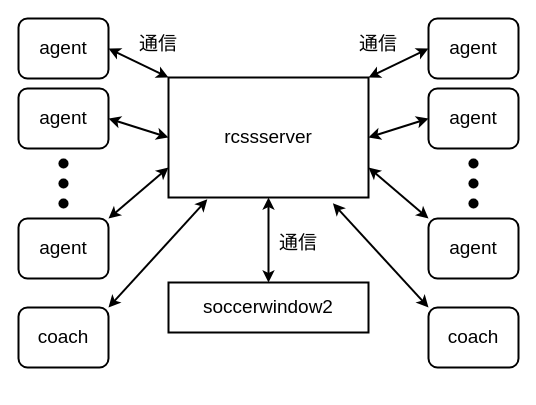
Before: 2/environment.drawio in SuperTikuwa/thesis-images, a draw.io diagram. Source tidied: cells renumbered, new cells numbered last; positions are measured from the earlier drawing's top-left corner, leaving out a move shared by most shapes. Both pictures are drawn from the tidied source at 100%, with x=0, y=0 at pixel (18, 18).
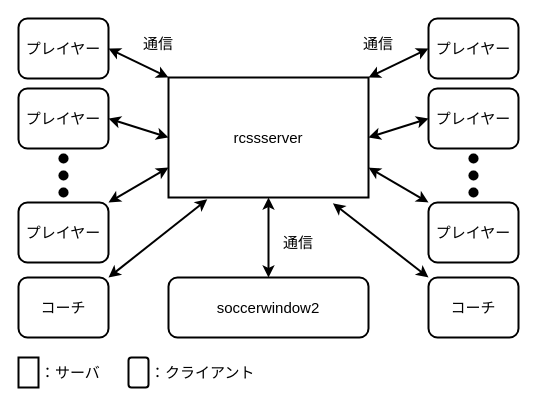
The same diagram, later.

Commit message:
environment.drawio を更新します

Diff of the diagram source:
```diff
@@
-    <mxCell id="2" value="rcssserver" style="rounded=0;whiteSpace=wrap;html=1;fontSize=19;strokeWidth=2;" parent="1" vertex="1">
+    <mxCell id="2" value="rcssserver" style="rounded=0;whiteSpace=wrap;html=1;fontSize=15;strokeWidth=2;" parent="1" vertex="1">
       <mxGeometry x="150" y="59" width="200" height="120" as="geometry" />
     </mxCell>
-    <mxCell id="3" value="agent" style="rounded=1;whiteSpace=wrap;html=1;fontSize=19;strokeWidth=2;" parent="1" vertex="1">
+    <mxCell id="3" value="&lt;font style=&quot;font-size: 15px;&quot;&gt;プレイヤー&lt;/font&gt;" style="rounded=1;whiteSpace=wrap;html=1;fontSize=15;strokeWidth=2;" parent="1" vertex="1">
       <mxGeometry width="90" height="60" as="geometry" />
     </mxCell>
-    <mxCell id="4" value="agent" style="rounded=1;whiteSpace=wrap;html=1;fontSize=19;strokeWidth=2;" parent="1" vertex="1">
+    <mxCell id="4" value="プレイヤー" style="rounded=1;whiteSpace=wrap;html=1;fontSize=15;strokeWidth=2;" parent="1" vertex="1">
       <mxGeometry y="70" width="90" height="60" as="geometry" />
     </mxCell>
-    <mxCell id="5" value="agent" style="rounded=1;whiteSpace=wrap;html=1;fontSize=19;strokeWidth=2;" parent="1" vertex="1">
+    <mxCell id="5" value="プレイヤー" style="rounded=1;whiteSpace=wrap;html=1;fontSize=15;strokeWidth=2;" parent="1" vertex="1">
       <mxGeometry x="410" width="90" height="60" as="geometry" />
     </mxCell>
-    <mxCell id="6" value="agent" style="rounded=1;whiteSpace=wrap;html=1;fontSize=19;strokeWidth=2;" parent="1" vertex="1">
-      <mxGeometry y="200" width="90" height="60" as="geometry" />
+    <mxCell id="6" value="プレイヤー" style="rounded=1;whiteSpace=wrap;html=1;fontSize=15;strokeWidth=2;" parent="1" vertex="1">
+      <mxGeometry y="184" width="90" height="60" as="geometry" />
     </mxCell>
-    <mxCell id="7" style="ellipse;whiteSpace=wrap;html=1;fontSize=22;strokeWidth=0;fillColor=#000000;" parent="1" vertex="1">
-      <mxGeometry x="40" y="140" width="10" height="10" as="geometry" />
+    <mxCell id="7" style="ellipse;whiteSpace=wrap;html=1;fontSize=15;strokeWidth=0;fillColor=#000000;" parent="1" vertex="1">
+      <mxGeometry x="40" y="135" width="10" height="10" as="geometry" />
     </mxCell>
-    <mxCell id="8" style="ellipse;whiteSpace=wrap;html=1;fontSize=22;strokeWidth=0;fillColor=#000000;" parent="1" vertex="1">
-      <mxGeometry x="40" y="160" width="10" height="10" as="geometry" />
+    <mxCell id="8" style="ellipse;whiteSpace=wrap;html=1;fontSize=15;strokeWidth=0;fillColor=#000000;" parent="1" vertex="1">
+      <mxGeometry x="40" y="152" width="10" height="10" as="geometry" />
     </mxCell>
-    <mxCell id="9" style="ellipse;whiteSpace=wrap;html=1;fontSize=22;strokeWidth=0;fillColor=#000000;" parent="1" vertex="1">
-      <mxGeometry x="40" y="180" width="10" height="10" as="geometry" />
+    <mxCell id="9" style="ellipse;whiteSpace=wrap;html=1;fontSize=15;strokeWidth=0;fillColor=#000000;" parent="1" vertex="1">
+      <mxGeometry x="40" y="169" width="10" height="10" as="geometry" />
     </mxCell>
-    <mxCell id="10" style="ellipse;whiteSpace=wrap;html=1;fontSize=22;strokeWidth=0;fillColor=#000000;" parent="1" vertex="1">
-      <mxGeometry x="450" y="140" width="10" height="10" as="geometry" />
+    <mxCell id="10" style="ellipse;whiteSpace=wrap;html=1;fontSize=15;strokeWidth=0;fillColor=#000000;" parent="1" vertex="1">
+      <mxGeometry x="450" y="135" width="10" height="10" as="geometry" />
     </mxCell>
-    <mxCell id="11" style="ellipse;whiteSpace=wrap;html=1;fontSize=22;strokeWidth=0;fillColor=#000000;" parent="1" vertex="1">
-      <mxGeometry x="450" y="160" width="10" height="10" as="geometry" />
+    <mxCell id="11" style="ellipse;whiteSpace=wrap;html=1;fontSize=15;strokeWidth=0;fillColor=#000000;" parent="1" vertex="1">
+      <mxGeometry x="450" y="152" width="10" height="10" as="geometry" />
     </mxCell>
-    <mxCell id="12" style="ellipse;whiteSpace=wrap;html=1;fontSize=22;strokeWidth=0;fillColor=#000000;" parent="1" vertex="1">
-      <mxGeometry x="450" y="180" width="10" height="10" as="geometry" />
+    <mxCell id="12" style="ellipse;whiteSpace=wrap;html=1;fontSize=15;strokeWidth=0;fillColor=#000000;" parent="1" vertex="1">
+      <mxGeometry x="450" y="169" width="10" height="10" as="geometry" />
     </mxCell>
-    <mxCell id="13" value="agent" style="rounded=1;whiteSpace=wrap;html=1;fontSize=19;strokeWidth=2;" parent="1" vertex="1">
+    <mxCell id="13" value="プレイヤー" style="rounded=1;whiteSpace=wrap;html=1;fontSize=15;strokeWidth=2;" parent="1" vertex="1">
       <mxGeometry x="410" y="70" width="90" height="60" as="geometry" />
     </mxCell>
-    <mxCell id="14" value="agent" style="rounded=1;whiteSpace=wrap;html=1;fontSize=19;strokeWidth=2;" parent="1" vertex="1">
-      <mxGeometry x="410" y="200" width="90" height="60" as="geometry" />
+    <mxCell id="14" value="プレイヤー" style="rounded=1;whiteSpace=wrap;html=1;fontSize=15;strokeWidth=2;" parent="1" vertex="1">
+      <mxGeometry x="410" y="184" width="90" height="60" as="geometry" />
     </mxCell>
-    <mxCell id="15" style="endArrow=classic;startArrow=classic;html=1;rounded=0;fontSize=22;strokeWidth=2;entryX=0;entryY=0;entryDx=0;entryDy=0;exitX=1;exitY=0.5;exitDx=0;exitDy=0;" parent="1" edge="1" source="3" target="2">
+    <mxCell id="15" style="endArrow=classic;startArrow=classic;html=1;rounded=0;fontSize=15;strokeWidth=2;entryX=0;entryY=0;entryDx=0;entryDy=0;exitX=1;exitY=0.5;exitDx=0;exitDy=0;" parent="1" edge="1" source="3" target="2">
       <mxGeometry relative="1" as="geometry" />
     </mxCell>
-    <mxCell id="16" style="endArrow=classic;startArrow=classic;html=1;rounded=0;fontSize=22;strokeWidth=2;exitX=1;exitY=0.5;exitDx=0;exitDy=0;entryX=0;entryY=0.5;entryDx=0;entryDy=0;" parent="1" edge="1" source="4" target="2">
+    <mxCell id="16" style="endArrow=classic;startArrow=classic;html=1;rounded=0;fontSize=15;strokeWidth=2;exitX=1;exitY=0.5;exitDx=0;exitDy=0;entryX=0;entryY=0.5;entryDx=0;entryDy=0;" parent="1" edge="1" source="4" target="2">
       <mxGeometry relative="1" as="geometry" />
     </mxCell>
-    <mxCell id="17" style="endArrow=classic;startArrow=classic;html=1;rounded=0;fontSize=22;strokeWidth=2;exitX=1;exitY=0;exitDx=0;exitDy=0;entryX=0;entryY=0.75;entryDx=0;entryDy=0;" parent="1" edge="1" source="6" target="2">
+    <mxCell id="17" style="endArrow=classic;startArrow=classic;html=1;rounded=0;fontSize=15;strokeWidth=2;exitX=1;exitY=0;exitDx=0;exitDy=0;entryX=0;entryY=0.75;entryDx=0;entryDy=0;" parent="1" edge="1" source="6" target="2">
       <mxGeometry relative="1" as="geometry" />
     </mxCell>
-    <mxCell id="18" style="endArrow=classic;startArrow=classic;html=1;rounded=0;fontSize=22;strokeWidth=2;exitX=1;exitY=0;exitDx=0;exitDy=0;entryX=0;entryY=0.5;entryDx=0;entryDy=0;" parent="1" edge="1" source="2" target="5">
+    <mxCell id="18" style="endArrow=classic;startArrow=classic;html=1;rounded=0;fontSize=15;strokeWidth=2;exitX=1;exitY=0;exitDx=0;exitDy=0;entryX=0;entryY=0.5;entryDx=0;entryDy=0;" parent="1" edge="1" source="2" target="5">
       <mxGeometry relative="1" as="geometry" />
     </mxCell>
-    <mxCell id="19" style="endArrow=classic;startArrow=classic;html=1;rounded=0;fontSize=22;strokeWidth=2;exitX=0;exitY=0.5;exitDx=0;exitDy=0;entryX=1;entryY=0.5;entryDx=0;entryDy=0;" parent="1" edge="1" source="13" target="2">
+    <mxCell id="19" style="endArrow=classic;startArrow=classic;html=1;rounded=0;fontSize=15;strokeWidth=2;exitX=0;exitY=0.5;exitDx=0;exitDy=0;entryX=1;entryY=0.5;entryDx=0;entryDy=0;" parent="1" edge="1" source="13" target="2">
       <mxGeometry relative="1" as="geometry" />
     </mxCell>
-    <mxCell id="20" style="endArrow=classic;startArrow=classic;html=1;rounded=0;fontSize=22;strokeWidth=2;entryX=1;entryY=0.75;entryDx=0;entryDy=0;exitX=0;exitY=0;exitDx=0;exitDy=0;" parent="1" edge="1" source="14" target="2">
+    <mxCell id="20" style="endArrow=classic;startArrow=classic;html=1;rounded=0;fontSize=15;strokeWidth=2;entryX=1;entryY=0.75;entryDx=0;entryDy=0;exitX=0;exitY=0;exitDx=0;exitDy=0;" parent="1" edge="1" source="14" target="2">
       <mxGeometry relative="1" as="geometry" />
     </mxCell>
-    <mxCell id="21" value="soccerwindow2" style="rounded=0;whiteSpace=wrap;html=1;fontSize=19;strokeWidth=2;" parent="1" vertex="1">
-      <mxGeometry x="150" y="264" width="200" height="50" as="geometry" />
-    </mxCell>
-    <mxCell id="22" style="endArrow=classic;startArrow=classic;html=1;rounded=0;fontSize=22;strokeWidth=2;entryX=0.5;entryY=1;entryDx=0;entryDy=0;" parent="1" edge="1" source="21" target="2">
+    <mxCell id="22" style="endArrow=classic;startArrow=classic;html=1;rounded=0;fontSize=15;strokeWidth=2;entryX=0.5;entryY=1;entryDx=0;entryDy=0;exitX=0.5;exitY=0;exitDx=0;exitDy=0;" parent="1" edge="1" source="21" target="2">
       <mxGeometry relative="1" as="geometry" />
     </mxCell>
-    <mxCell id="23" value="&lt;font style=&quot;font-size: 19px;&quot;&gt;通信&lt;/font&gt;" style="text;html=1;strokeColor=none;fillColor=none;align=center;verticalAlign=middle;whiteSpace=wrap;rounded=0;fontSize=22;" parent="1" vertex="1">
+    <mxCell id="23" value="&lt;font style=&quot;font-size: 15px;&quot;&gt;通信&lt;/font&gt;" style="text;html=1;strokeColor=none;fillColor=none;align=center;verticalAlign=middle;whiteSpace=wrap;rounded=0;fontSize=15;" parent="1" vertex="1">
       <mxGeometry x="110" y="10" width="60" height="30" as="geometry" />
     </mxCell>
-    <mxCell id="24" value="&lt;font style=&quot;font-size: 19px;&quot;&gt;通信&lt;/font&gt;" style="text;html=1;strokeColor=none;fillColor=none;align=center;verticalAlign=middle;whiteSpace=wrap;rounded=0;fontSize=22;" parent="1" vertex="1">
+    <mxCell id="24" value="&lt;font style=&quot;font-size: 15px;&quot;&gt;通信&lt;/font&gt;" style="text;html=1;strokeColor=none;fillColor=none;align=center;verticalAlign=middle;whiteSpace=wrap;rounded=0;fontSize=15;" parent="1" vertex="1">
       <mxGeometry x="330" y="10" width="60" height="30" as="geometry" />
     </mxCell>
-    <mxCell id="25" value="&lt;font style=&quot;font-size: 19px;&quot;&gt;通信&lt;/font&gt;" style="text;html=1;strokeColor=none;fillColor=none;align=center;verticalAlign=middle;whiteSpace=wrap;rounded=0;fontSize=22;" parent="1" vertex="1">
+    <mxCell id="25" value="&lt;font style=&quot;font-size: 15px;&quot;&gt;通信&lt;/font&gt;" style="text;html=1;strokeColor=none;fillColor=none;align=center;verticalAlign=middle;whiteSpace=wrap;rounded=0;fontSize=15;" parent="1" vertex="1">
       <mxGeometry x="250" y="209" width="60" height="30" as="geometry" />
     </mxCell>
-    <mxCell id="26" value="coach" style="rounded=1;whiteSpace=wrap;html=1;fontSize=19;strokeWidth=2;" parent="1" vertex="1">
-      <mxGeometry y="289" width="90" height="60" as="geometry" />
+    <mxCell id="26" value="コーチ" style="rounded=1;whiteSpace=wrap;html=1;fontSize=15;strokeWidth=2;" parent="1" vertex="1">
+      <mxGeometry y="259" width="90" height="60" as="geometry" />
     </mxCell>
-    <mxCell id="27" style="endArrow=classic;startArrow=classic;html=1;rounded=0;fontSize=22;strokeWidth=2;exitX=1;exitY=0;exitDx=0;exitDy=0;entryX=0.194;entryY=1.015;entryDx=0;entryDy=0;entryPerimeter=0;" parent="1" edge="1" source="26" target="2">
+    <mxCell id="27" style="endArrow=classic;startArrow=classic;html=1;rounded=0;fontSize=15;strokeWidth=2;exitX=1;exitY=0;exitDx=0;exitDy=0;entryX=0.194;entryY=1.015;entryDx=0;entryDy=0;entryPerimeter=0;" parent="1" edge="1" source="26" target="2">
       <mxGeometry relative="1" as="geometry" />
     </mxCell>
-    <mxCell id="28" style="endArrow=classic;startArrow=classic;html=1;rounded=0;fontSize=22;strokeWidth=2;entryX=0.822;entryY=1.048;entryDx=0;entryDy=0;entryPerimeter=0;" parent="1" edge="1" target="2">
-      <mxGeometry relative="1" as="geometry">
-        <mxPoint x="410" y="289" as="sourcePoint" />
-      </mxGeometry>
+    <mxCell id="28" style="endArrow=classic;startArrow=classic;html=1;rounded=0;fontSize=15;strokeWidth=2;entryX=0.822;entryY=1.048;entryDx=0;entryDy=0;entryPerimeter=0;exitX=0;exitY=0;exitDx=0;exitDy=0;" parent="1" edge="1" source="29" target="2">
+      <mxGeometry relative="1" as="geometry" />
     </mxCell>
-    <mxCell id="29" value="coach" style="rounded=1;whiteSpace=wrap;html=1;fontSize=19;strokeWidth=2;" parent="1" vertex="1">
-      <mxGeometry x="410" y="289" width="90" height="60" as="geometry" />
+    <mxCell id="29" value="コーチ" style="rounded=1;whiteSpace=wrap;html=1;fontSize=15;strokeWidth=2;" parent="1" vertex="1">
+      <mxGeometry x="410" y="259" width="90" height="60" as="geometry" />
     </mxCell>
+    <mxCell id="21" value="soccerwindow2" style="rounded=1;whiteSpace=wrap;html=1;fontSize=15;strokeWidth=2;" parent="1" vertex="1">
+      <mxGeometry x="150" y="259" width="200" height="60" as="geometry" />
+    </mxCell>
+    <mxCell id="30" style="rounded=0;whiteSpace=wrap;html=1;fontSize=15;strokeWidth=2;" parent="1" vertex="1">
+      <mxGeometry y="339" width="20" height="30" as="geometry" />
+    </mxCell>
+    <mxCell id="31" value="：サーバ" style="text;html=1;strokeColor=none;fillColor=none;align=left;verticalAlign=middle;whiteSpace=wrap;rounded=0;fontSize=15;" parent="1" vertex="1">
+      <mxGeometry x="20" y="339" width="70" height="30" as="geometry" />
+    </mxCell>
+    <mxCell id="32" style="rounded=1;whiteSpace=wrap;html=1;fontSize=15;strokeWidth=2;" parent="1" vertex="1">
+      <mxGeometry x="110" y="339" width="20" height="30" as="geometry" />
+    </mxCell>
+    <mxCell id="33" value="：クライアント" style="text;html=1;strokeColor=none;fillColor=none;align=left;verticalAlign=middle;whiteSpace=wrap;rounded=0;fontSize=15;" parent="1" vertex="1">
+      <mxGeometry x="130" y="339" width="120" height="30" as="geometry" />
+    </mxCell>
```
